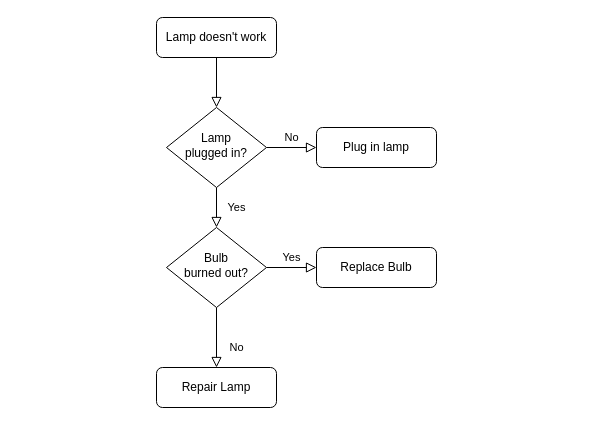
Before: 流程图.drawio in Merlin218/draw-file, a draw.io diagram. Source tidied: cells renumbered, new cells numbered last; positions are measured from the earlier drawing's top-left corner, leaving out a move shared by most shapes. Both pictures are drawn from the tidied source at 100%, with x=0, y=0 at pixel (156, 17).
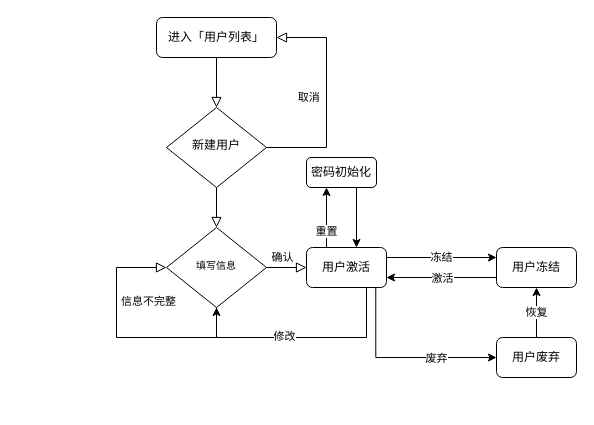
The same page after the edit.

Commit message:
更新流程图.drawio

Change to the diagram source:
```diff
@@
-    <mxCell id="3" value="Lamp doesn't work" style="rounded=1;whiteSpace=wrap;html=1;fontSize=12;glass=0;strokeWidth=1;shadow=0;" parent="1" vertex="1">
+    <mxCell id="3" value="进入「用户列表」" style="rounded=1;whiteSpace=wrap;html=1;fontSize=12;glass=0;strokeWidth=1;shadow=0;" parent="1" vertex="1">
       <mxGeometry width="120" height="40" as="geometry" />
     </mxCell>
-    <mxCell id="4" value="Yes" style="rounded=0;html=1;jettySize=auto;fontSize=11;endArrow=block;endFill=0;endSize=8;strokeWidth=1;shadow=0;labelBackgroundColor=none;edgeStyle=orthogonalEdgeStyle;" parent="1" edge="1" source="6" target="10">
+    <mxCell id="4" style="rounded=0;html=1;jettySize=auto;fontSize=11;endArrow=block;endFill=0;endSize=8;strokeWidth=1;shadow=0;labelBackgroundColor=none;edgeStyle=orthogonalEdgeStyle;" parent="1" edge="1" source="6" target="10">
       <mxGeometry y="20" relative="1" as="geometry" />
     </mxCell>
-    <mxCell id="5" value="No" style="edgeStyle=orthogonalEdgeStyle;rounded=0;html=1;jettySize=auto;fontSize=11;endArrow=block;endFill=0;endSize=8;strokeWidth=1;shadow=0;labelBackgroundColor=none;" parent="1" edge="1" source="6" target="7">
-      <mxGeometry y="10" relative="1" as="geometry" />
+    <mxCell id="5" value="取消&amp;nbsp; &amp;nbsp; &amp;nbsp;" style="edgeStyle=orthogonalEdgeStyle;rounded=0;html=1;jettySize=auto;fontSize=11;endArrow=block;endFill=0;endSize=8;strokeWidth=1;shadow=0;labelBackgroundColor=none;entryX=1;entryY=0.5;entryDx=0;entryDy=0;exitX=1;exitY=0.5;exitDx=0;exitDy=0;" parent="1" edge="1" source="6" target="3">
+      <mxGeometry y="10" relative="1" as="geometry">
+        <Array as="points">
+          <mxPoint x="170" y="130" />
+          <mxPoint x="170" y="20" />
+        </Array>
+      </mxGeometry>
     </mxCell>
-    <mxCell id="6" value="Lamp&lt;br&gt;plugged in?" style="rhombus;whiteSpace=wrap;html=1;shadow=0;fontFamily=Helvetica;fontSize=12;align=center;strokeWidth=1;spacing=6;spacingTop=-4;" parent="1" vertex="1">
+    <mxCell id="6" value="新建用户" style="rhombus;whiteSpace=wrap;html=1;shadow=0;fontFamily=Helvetica;fontSize=12;align=center;strokeWidth=1;spacing=6;spacingTop=-4;" parent="1" vertex="1">
       <mxGeometry x="10" y="90" width="100" height="80" as="geometry" />
     </mxCell>
-    <mxCell id="7" value="Plug in lamp" style="rounded=1;whiteSpace=wrap;html=1;fontSize=12;glass=0;strokeWidth=1;shadow=0;" parent="1" vertex="1">
-      <mxGeometry x="160" y="110" width="120" height="40" as="geometry" />
-    </mxCell>
-    <mxCell id="8" value="No" style="rounded=0;html=1;jettySize=auto;fontSize=11;endArrow=block;endFill=0;endSize=8;strokeWidth=1;shadow=0;labelBackgroundColor=none;edgeStyle=orthogonalEdgeStyle;" parent="1" edge="1" source="10" target="11">
-      <mxGeometry x="0.33" y="20" relative="1" as="geometry" />
+    <mxCell id="8" value="&amp;nbsp; &amp;nbsp; &amp;nbsp; &amp;nbsp; &amp;nbsp; &amp;nbsp; &amp;nbsp; &amp;nbsp; &amp;nbsp; &amp;nbsp; &amp;nbsp; &amp;nbsp; &amp;nbsp; &amp;nbsp; &amp;nbsp; &amp;nbsp; &amp;nbsp; 信息不完整" style="rounded=0;html=1;jettySize=auto;orthogonalLoop=1;fontSize=11;endArrow=block;endFill=0;endSize=8;strokeWidth=1;shadow=0;labelBackgroundColor=none;edgeStyle=orthogonalEdgeStyle;entryX=0;entryY=0.5;entryDx=0;entryDy=0;" parent="1" edge="1" source="10" target="10">
+      <mxGeometry x="0.33" y="20" relative="1" as="geometry">
+        <Array as="points">
+          <mxPoint x="60" y="320" />
+          <mxPoint x="-40" y="320" />
+          <mxPoint x="-40" y="250" />
+        </Array>
+      </mxGeometry>
     </mxCell>
-    <mxCell id="9" value="Yes" style="edgeStyle=orthogonalEdgeStyle;rounded=0;html=1;jettySize=auto;fontSize=11;endArrow=block;endFill=0;endSize=8;strokeWidth=1;shadow=0;labelBackgroundColor=none;" parent="1" edge="1" source="10" target="12">
-      <mxGeometry y="10" relative="1" as="geometry" />
+    <mxCell id="9" value="确认" style="edgeStyle=orthogonalEdgeStyle;rounded=0;html=1;jettySize=auto;fontSize=11;endArrow=block;endFill=0;endSize=8;strokeWidth=1;shadow=0;labelBackgroundColor=none;" parent="1" edge="1" source="10" target="12">
+      <mxGeometry x="-0.2" y="10" relative="1" as="geometry" />
     </mxCell>
-    <mxCell id="10" value="Bulb&lt;br&gt;burned out?" style="rhombus;whiteSpace=wrap;html=1;shadow=0;fontFamily=Helvetica;fontSize=12;align=center;strokeWidth=1;spacing=6;spacingTop=-4;" parent="1" vertex="1">
+    <mxCell id="10" value="&lt;font style=&quot;font-size: 10px;&quot;&gt;填写信息&lt;/font&gt;" style="rhombus;whiteSpace=wrap;html=1;shadow=0;fontFamily=Helvetica;fontSize=12;align=center;strokeWidth=1;spacing=6;spacingTop=-4;" parent="1" vertex="1">
       <mxGeometry x="10" y="210" width="100" height="80" as="geometry" />
     </mxCell>
-    <mxCell id="11" value="Repair Lamp" style="rounded=1;whiteSpace=wrap;html=1;fontSize=12;glass=0;strokeWidth=1;shadow=0;" parent="1" vertex="1">
-      <mxGeometry y="350" width="120" height="40" as="geometry" />
-    </mxCell>
+    <mxCell id="13" style="edgeStyle=orthogonalEdgeStyle;rounded=0;jettySize=auto;html=1;exitX=0.554;exitY=0.999;exitDx=0;exitDy=0;exitPerimeter=0;" parent="1" edge="1" source="12">
+      <mxGeometry relative="1" as="geometry">
+        <mxPoint x="60" y="290" as="targetPoint" />
+        <Array as="points">
+          <mxPoint x="210" y="320" />
+          <mxPoint x="60" y="320" />
+        </Array>
+      </mxGeometry>
+    </mxCell>
+    <mxCell id="14" value="修改" style="edgeLabel;html=1;align=center;verticalAlign=middle;" parent="13" vertex="1">
+      <mxGeometry relative="1" as="geometry">
+        <mxPoint x="-25" y="-2" as="offset" />
+      </mxGeometry>
+    </mxCell>
+    <mxCell id="15" value="重置" style="edgeStyle=orthogonalEdgeStyle;rounded=0;jettySize=auto;html=1;" parent="1" edge="1" target="20">
+      <mxGeometry x="-0.01" relative="1" as="geometry">
+        <mxPoint x="198" y="230" as="sourcePoint" />
+        <Array as="points">
+          <mxPoint x="170" y="230" />
+        </Array>
+      </mxGeometry>
+    </mxCell>
+    <mxCell id="16" value="冻结" style="edgeStyle=orthogonalEdgeStyle;rounded=0;jettySize=auto;html=1;entryX=0;entryY=0.25;entryDx=0;entryDy=0;" parent="1" edge="1" source="12" target="23">
+      <mxGeometry relative="1" as="geometry">
+        <Array as="points">
+          <mxPoint x="280" y="240" />
+          <mxPoint x="280" y="240" />
+        </Array>
+      </mxGeometry>
+    </mxCell>
+    <mxCell id="17" style="edgeStyle=orthogonalEdgeStyle;rounded=0;jettySize=auto;html=1;entryX=0;entryY=0.5;entryDx=0;entryDy=0;exitX=0.866;exitY=1.005;exitDx=0;exitDy=0;exitPerimeter=0;" parent="1" edge="1" source="12" target="25">
+      <mxGeometry relative="1" as="geometry">
+        <Array as="points">
+          <mxPoint x="220" y="340" />
+        </Array>
+      </mxGeometry>
+    </mxCell>
+    <mxCell id="18" value="废弃" style="edgeLabel;html=1;align=center;verticalAlign=middle;" parent="17" vertex="1">
+      <mxGeometry relative="1" as="geometry">
+        <mxPoint x="35" as="offset" />
+      </mxGeometry>
+    </mxCell>
-    <mxCell id="12" value="Replace Bulb" style="rounded=1;whiteSpace=wrap;html=1;fontSize=12;glass=0;strokeWidth=1;shadow=0;" parent="1" vertex="1">
-      <mxGeometry x="160" y="230" width="120" height="40" as="geometry" />
+    <mxCell id="12" value="用户激活" style="rounded=1;whiteSpace=wrap;html=1;fontSize=12;glass=0;strokeWidth=1;shadow=0;" parent="1" vertex="1">
+      <mxGeometry x="150" y="230" width="80" height="40" as="geometry" />
     </mxCell>
+    <mxCell id="19" style="edgeStyle=orthogonalEdgeStyle;rounded=0;jettySize=auto;html=1;exitX=0.75;exitY=1;exitDx=0;exitDy=0;" parent="1" edge="1" source="20">
+      <mxGeometry relative="1" as="geometry">
+        <mxPoint x="200" y="230" as="targetPoint" />
+        <Array as="points">
+          <mxPoint x="200" y="170" />
+          <mxPoint x="200" y="230" />
+        </Array>
+      </mxGeometry>
+    </mxCell>
+    <mxCell id="20" value="密码初始化" style="rounded=1;whiteSpace=wrap;html=1;glass=0;strokeWidth=1;shadow=0;" parent="1" vertex="1">
+      <mxGeometry x="150" y="140" width="70" height="30" as="geometry" />
+    </mxCell>
+    <mxCell id="21" style="edgeStyle=orthogonalEdgeStyle;rounded=0;jettySize=auto;html=1;" parent="1" edge="1" source="23" target="12">
+      <mxGeometry relative="1" as="geometry">
+        <Array as="points">
+          <mxPoint x="290" y="260" />
+          <mxPoint x="290" y="260" />
+        </Array>
+      </mxGeometry>
+    </mxCell>
+    <mxCell id="22" value="激活" style="edgeLabel;html=1;align=center;verticalAlign=middle;" parent="21" vertex="1">
+      <mxGeometry relative="1" as="geometry" />
+    </mxCell>
+    <mxCell id="23" value="用户冻结" style="rounded=1;whiteSpace=wrap;html=1;fontSize=12;glass=0;strokeWidth=1;shadow=0;" parent="1" vertex="1">
+      <mxGeometry x="340" y="230" width="80" height="40" as="geometry" />
+    </mxCell>
+    <mxCell id="24" value="恢复" style="edgeStyle=orthogonalEdgeStyle;rounded=0;jettySize=auto;html=1;entryX=0.5;entryY=1;entryDx=0;entryDy=0;" parent="1" edge="1" source="25" target="23">
+      <mxGeometry relative="1" as="geometry" />
+    </mxCell>
+    <mxCell id="25" value="用户废弃" style="whiteSpace=wrap;html=1;rounded=1;glass=0;strokeWidth=1;shadow=0;" parent="1" vertex="1">
+      <mxGeometry x="340" y="320" width="80" height="40" as="geometry" />
+    </mxCell>
```
